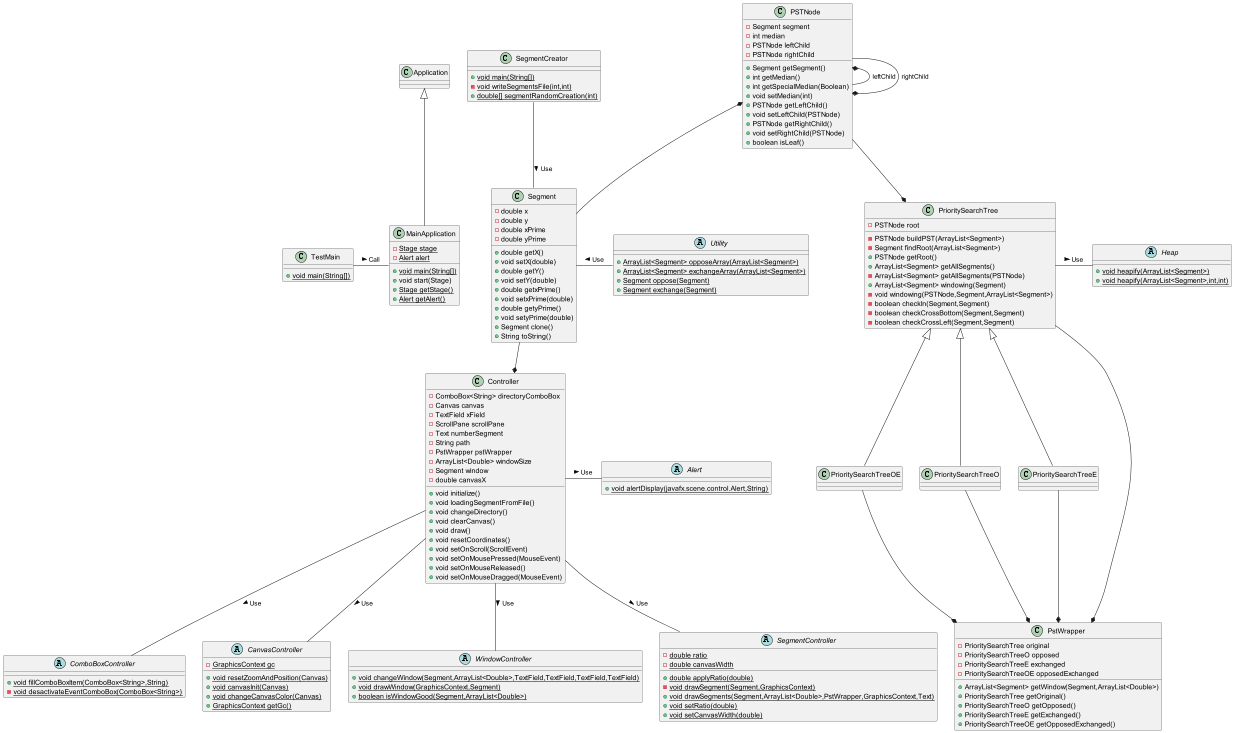
The PlantUML diagram Code/windowing-ssd2/src/main/resources/uml/SDD.png in LiocansG/windowing-sdd2, before a commit.
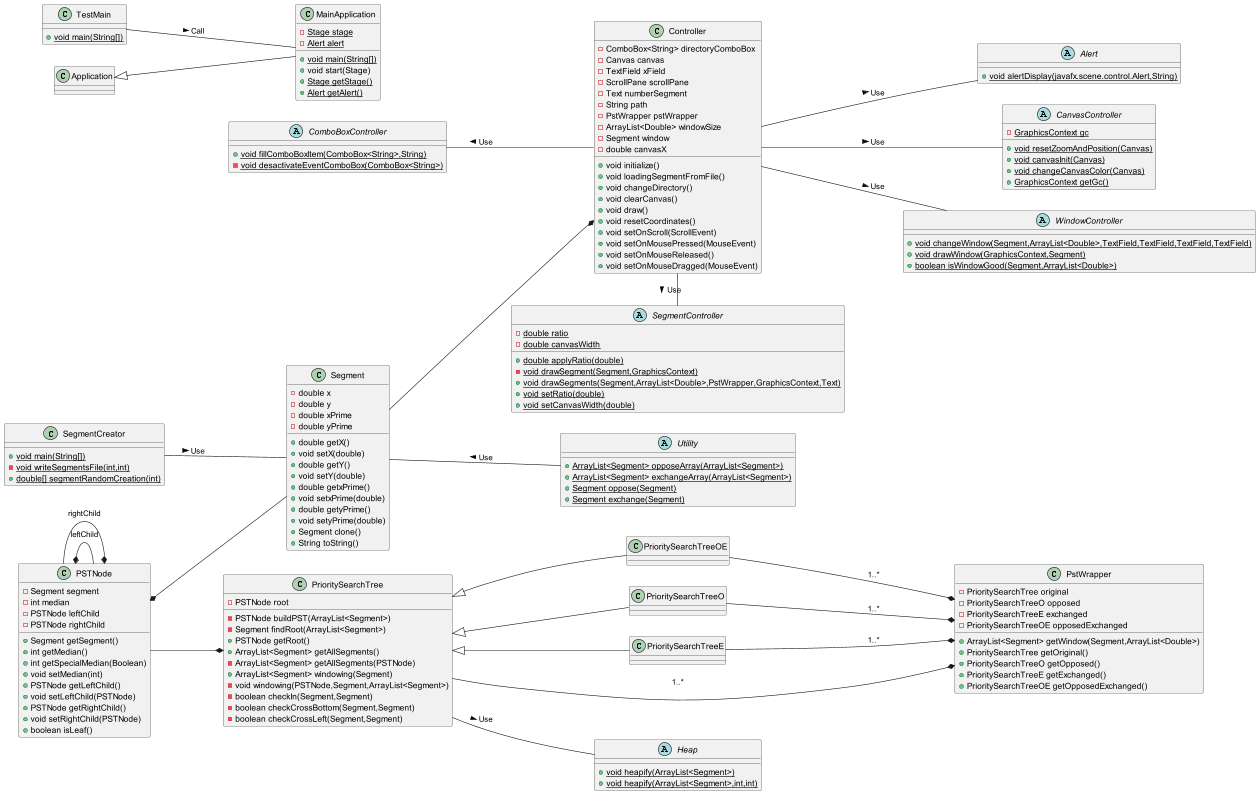
Later version of the same file.

The edit, as a diff of the source:
```diff
@@ -1,4 +1,5 @@
 @startuml
+left to right direction
 class TestMain {
 + {static} void main(String[])
 }
@@ -137,7 +138,8 @@
 - boolean checkCrossLeft(Segment,Segment)
 }
 
-
+Application <|-- MainApplication
+TestMain -- MainApplication : Call >
 PrioritySearchTree <|-- PrioritySearchTreeOE
 PrioritySearchTree <|-- PrioritySearchTreeO
 PrioritySearchTree <|-- PrioritySearchTreeE
@@ -145,19 +147,17 @@
 PSTNode *-- PSTNode : leftChild
 PSTNode --* PSTNode : rightChild
 PSTNode *-- Segment
-Application <|-- MainApplication
-TestMain - MainApplication : Call >
-PrioritySearchTree --* PstWrapper
-PrioritySearchTreeOE --* PstWrapper
-PrioritySearchTreeO --* PstWrapper
-PrioritySearchTreeE --* PstWrapper
-Segment -  Utility : Use <
-PrioritySearchTree - Heap : Use >
-Controller - Alert : Use >
-Controller -d- WindowController : Use >
-Controller -d- SegmentController : Use >
-Controller -d- CanvasController : Use >
-Controller -d- ComboBoxController : Use >
+PrioritySearchTree --* PstWrapper : 1..*
+PrioritySearchTreeOE --* PstWrapper : 1..*
+PrioritySearchTreeO --* PstWrapper : 1..*
+PrioritySearchTreeE --* PstWrapper : 1..*
+Segment --  Utility : Use <
+PrioritySearchTree -- Heap : Use >
+Controller -- Alert : Use >
+Controller -- WindowController : Use >
+Controller -r- SegmentController : Use >
+Controller -- CanvasController : Use >
+Controller -u- ComboBoxController : Use >
 Segment --* Controller
 SegmentCreator -- Segment : Use >
 @enduml
```
